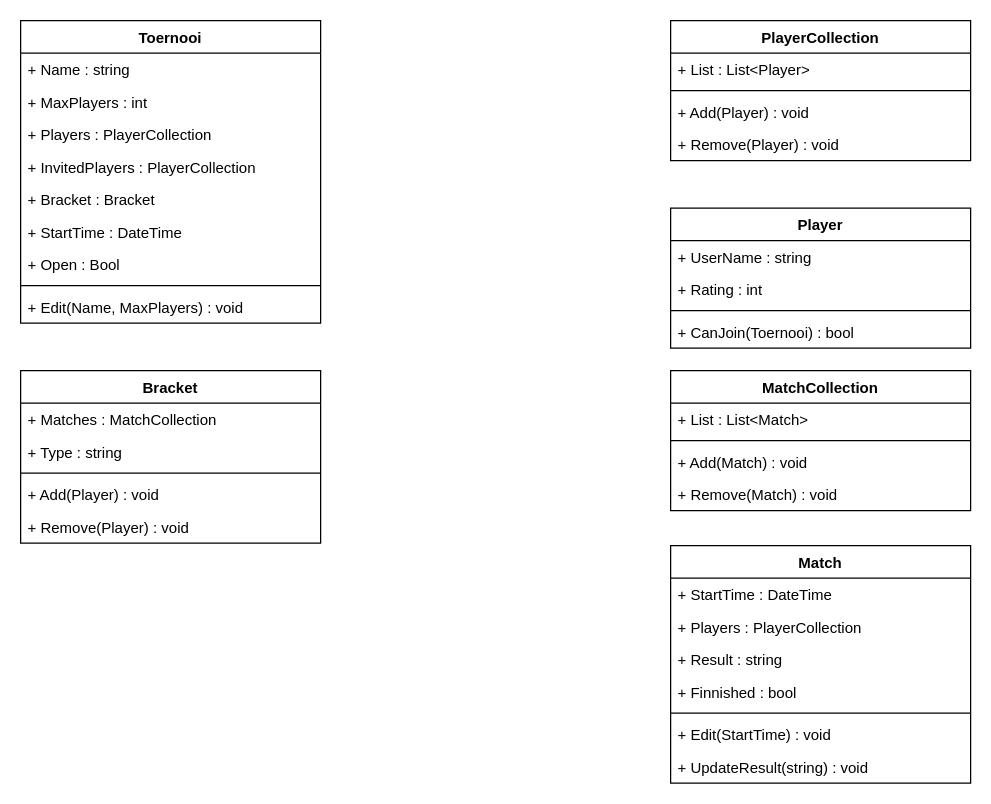
This is sbs klassendiagram.drawio from BartSchool/Semester-2, a draw.io file, before an edit. Source tidied: cells renumbered, new cells numbered last; positions are measured from the earlier drawing's top-left corner, leaving out a move shared by most shapes. Both pictures are drawn from the tidied source at 125%, with x=0, y=0 at pixel (20, 20).
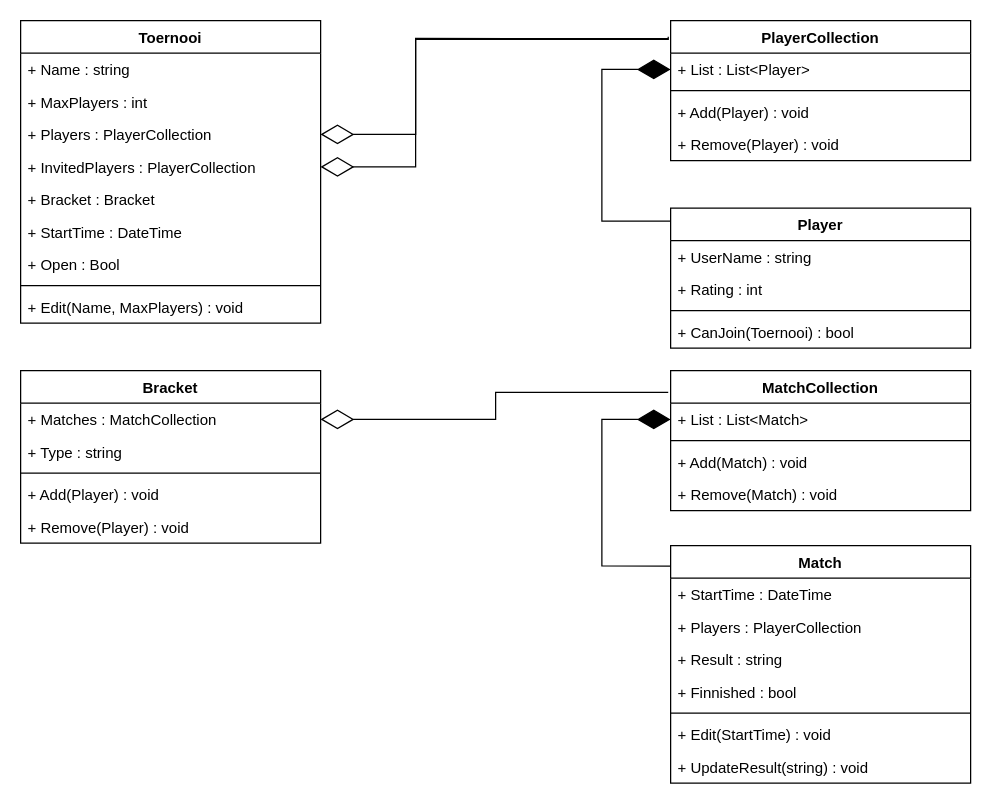
Above is the later version.

The change refers to these unchanged cells:
```xml
<mxCell id="5" value="+ Players : PlayerCollection" style="text;strokeColor=none;fillColor=none;align=left;verticalAlign=top;spacingLeft=4;spacingRight=4;overflow=hidden;points=[[0,0.5],[1,0.5]];portConstraint=eastwest;" parent="2" vertex="1">
  <mxGeometry y="78" width="240" height="26" as="geometry" />
</mxCell>
<mxCell id="6" value="+ InvitedPlayers : PlayerCollection" style="text;strokeColor=none;fillColor=none;align=left;verticalAlign=top;spacingLeft=4;spacingRight=4;overflow=hidden;points=[[0,0.5],[1,0.5]];portConstraint=eastwest;" parent="2" vertex="1">
  <mxGeometry y="104" width="240" height="26" as="geometry" />
</mxCell>
<mxCell id="12" value="PlayerCollection" style="swimlane;fontStyle=1;align=center;verticalAlign=top;horizontal=1;startSize=26;" parent="1" vertex="1">
  <mxGeometry x="520" width="240" height="112" as="geometry" />
</mxCell>
<mxCell id="13" value="+ List : List&lt;Player&gt;" style="text;strokeColor=none;fillColor=none;align=left;verticalAlign=top;spacingLeft=4;spacingRight=4;overflow=hidden;points=[[0,0.5],[1,0.5]];portConstraint=eastwest;" parent="12" vertex="1">
  <mxGeometry y="26" width="240" height="26" as="geometry" />
</mxCell>
<mxCell id="17" value="Player" style="swimlane;fontStyle=1;align=center;verticalAlign=top;horizontal=1;startSize=26;" parent="1" vertex="1">
  <mxGeometry x="520" y="150" width="240" height="112" as="geometry" />
</mxCell>
<mxCell id="22" value="Match" style="swimlane;fontStyle=1;align=center;verticalAlign=top;horizontal=1;startSize=26;" parent="1" vertex="1">
  <mxGeometry x="520" y="420" width="240" height="190" as="geometry" />
</mxCell>
<mxCell id="30" value="MatchCollection" style="swimlane;fontStyle=1;align=center;verticalAlign=top;horizontal=1;startSize=26;" parent="1" vertex="1">
  <mxGeometry x="520" y="280" width="240" height="112" as="geometry" />
</mxCell>
<mxCell id="31" value="+ List : List&lt;Match&gt;" style="text;strokeColor=none;fillColor=none;align=left;verticalAlign=top;spacingLeft=4;spacingRight=4;overflow=hidden;points=[[0,0.5],[1,0.5]];portConstraint=eastwest;" parent="30" vertex="1">
  <mxGeometry y="26" width="240" height="26" as="geometry" />
</mxCell>
<mxCell id="36" value="+ Matches : MatchCollection" style="text;strokeColor=none;fillColor=none;align=left;verticalAlign=top;spacingLeft=4;spacingRight=4;overflow=hidden;points=[[0,0.5],[1,0.5]];portConstraint=eastwest;" parent="35" vertex="1">
  <mxGeometry y="26" width="240" height="26" as="geometry" />
</mxCell>
```

The edit, as a diff of the source:
```diff
@@
+    <mxCell id="41" style="endArrow=diamondThin;endFill=0;endSize=24;html=1;rounded=0;entryX=1;entryY=0.5;entryDx=0;entryDy=0;exitX=-0.008;exitY=0.155;exitDx=0;exitDy=0;exitPerimeter=0;edgeStyle=orthogonalEdgeStyle;" parent="1" edge="1" source="30" target="36">
+      <mxGeometry relative="1" as="geometry" />
+    </mxCell>
+    <mxCell id="42" style="endArrow=diamondThin;endFill=1;endSize=24;html=1;rounded=0;entryX=0;entryY=0.5;entryDx=0;entryDy=0;exitX=0;exitY=0.093;exitDx=0;exitDy=0;exitPerimeter=0;edgeStyle=orthogonalEdgeStyle;" parent="1" edge="1" source="17" target="13">
+      <mxGeometry relative="1" as="geometry">
+        <Array as="points">
+          <mxPoint x="465" y="160" />
+          <mxPoint x="465" y="39" />
+        </Array>
+      </mxGeometry>
+    </mxCell>
+    <mxCell id="43" style="endArrow=diamondThin;endFill=1;endSize=24;html=1;rounded=0;entryX=0;entryY=0.5;entryDx=0;entryDy=0;exitX=0;exitY=0.086;exitDx=0;exitDy=0;exitPerimeter=0;edgeStyle=orthogonalEdgeStyle;" parent="1" edge="1" source="22" target="31">
+      <mxGeometry relative="1" as="geometry">
+        <Array as="points">
+          <mxPoint x="465" y="436" />
+          <mxPoint x="465" y="319" />
+        </Array>
+      </mxGeometry>
+    </mxCell>
+    <mxCell id="44" style="endArrow=diamondThin;endFill=0;endSize=24;html=1;rounded=0;entryX=1;entryY=0.5;entryDx=0;entryDy=0;exitX=-0.008;exitY=0.128;exitDx=0;exitDy=0;exitPerimeter=0;edgeStyle=orthogonalEdgeStyle;" parent="1" edge="1" source="12" target="6">
+      <mxGeometry relative="1" as="geometry">
+        <Array as="points">
+          <mxPoint x="316" y="14" />
+          <mxPoint x="316" y="117" />
+        </Array>
+      </mxGeometry>
+    </mxCell>
+    <mxCell id="45" style="endArrow=diamondThin;endFill=0;endSize=24;html=1;rounded=0;entryX=1;entryY=0.5;entryDx=0;entryDy=0;exitX=-0.008;exitY=0.116;exitDx=0;exitDy=0;exitPerimeter=0;edgeStyle=orthogonalEdgeStyle;" parent="1" edge="1" source="12" target="5">
+      <mxGeometry relative="1" as="geometry">
+        <Array as="points">
+          <mxPoint x="518" y="15" />
+          <mxPoint x="316" y="15" />
+          <mxPoint x="316" y="91" />
+        </Array>
+      </mxGeometry>
+    </mxCell>
```
